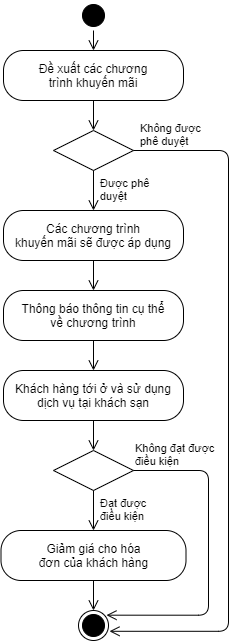
Above: Phan_Tich_Thiet_Ke/Diagram/Activity_Diagram/Activity_Diagram_QuanLyChuongTrinhKhuyenMai.png in KNhaa/DoAnCNPM (draw.io), before the change. Source tidied: cells renumbered, new cells last; positions are measured from the earlier drawing's top-left corner, leaving out a move shared by most shapes.
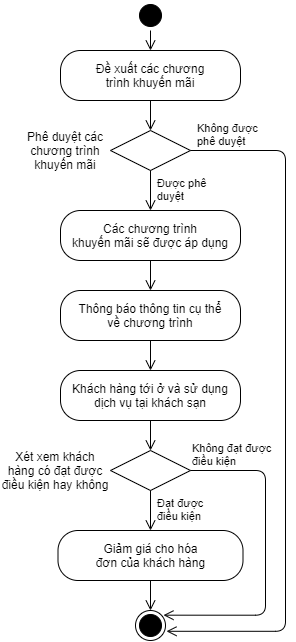
The same file after the commit.

What changed in the source:
```diff
@@ -72,5 +72,11 @@
     <mxCell id="20" style="edgeStyle=orthogonalEdgeStyle;html=1;verticalAlign=bottom;endArrow=open;endSize=8;fontSize=11;entryX=0.5;entryY=0;entryDx=0;entryDy=0;exitX=0.5;exitY=1;exitDx=0;exitDy=0;" parent="1" edge="1" source="18" target="19">
       <mxGeometry relative="1" as="geometry" />
     </mxCell>
+    <mxCell id="21" value="Phê duyệt các chương trình khuyến mãi" style="text;html=1;strokeColor=none;fillColor=none;align=center;verticalAlign=middle;whiteSpace=wrap;rounded=0;" parent="1" vertex="1">
+      <mxGeometry x="-32" y="140" width="80" height="20" as="geometry" />
+    </mxCell>
+    <mxCell id="22" value="Xét xem khách hàng có đạt được điều kiện hay không" style="text;html=1;strokeColor=none;fillColor=none;align=center;verticalAlign=middle;whiteSpace=wrap;rounded=0;" parent="1" vertex="1">
+      <mxGeometry x="-57" y="460" width="110" height="20" as="geometry" />
+    </mxCell>
   </root>
 </mxGraphModel>
```
